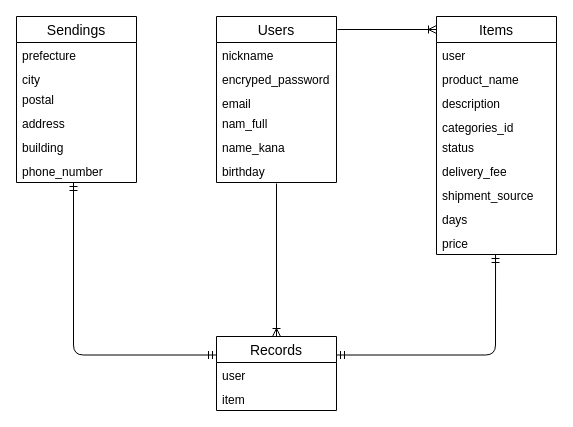
The draw.io diagram er.dio in huize-fumi/furima-35017, before the edit. Source tidied: cells renumbered, new cells numbered last; positions are measured from the earlier drawing's top-left corner, leaving out a move shared by most shapes. Both pictures are drawn from the tidied source at 100%, with x=0, y=0 at pixel (16, 16).
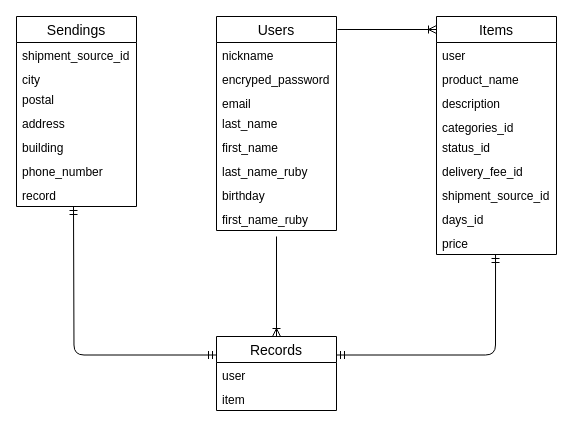
Above is the later version.

Commit message (it also covers changes not shown here):
データベース設計修正２

The change refers to these unchanged cells:
```xml
<mxCell id="9" value="Items" style="swimlane;fontStyle=0;horizontal=1;startSize=26;align=center;fontSize=14;" parent="1" vertex="1">
  <mxGeometry x="420" width="120" height="238" as="geometry" />
</mxCell>
<mxCell id="19" value="Records" style="swimlane;fontStyle=0;horizontal=1;startSize=26;align=center;fontSize=14;" parent="1" vertex="1">
  <mxGeometry x="200" y="320" width="120" height="74" as="geometry" />
</mxCell>
<mxCell id="28" value="phone_number" style="text;strokeColor=none;fillColor=none;spacingLeft=4;spacingRight=4;overflow=hidden;points=[[0,0.5],[1,0.5]];portConstraint=eastwest;fontSize=12;" parent="22" vertex="1">
  <mxGeometry y="142" width="120" height="24" as="geometry" />
</mxCell>
```

The edit, as a diff of the source:
```diff
@@
     <mxCell id="2" value="Users" style="swimlane;fontStyle=0;horizontal=1;startSize=26;align=center;fontSize=14;" parent="1" vertex="1">
-      <mxGeometry x="200" width="120" height="166" as="geometry" />
+      <mxGeometry x="200" width="120" height="214" as="geometry" />
     </mxCell>
@@
-    <mxCell id="6" value="nam_full" style="text;strokeColor=none;fillColor=none;spacingLeft=4;spacingRight=4;overflow=hidden;fontSize=12;" parent="2" vertex="1">
+    <mxCell id="6" value="last_name" style="text;strokeColor=none;fillColor=none;spacingLeft=4;spacingRight=4;overflow=hidden;fontSize=12;" parent="2" vertex="1">
       <mxGeometry y="94" width="120" height="24" as="geometry" />
     </mxCell>
+    <mxCell id="33" value="first_name" style="text;strokeColor=none;fillColor=none;spacingLeft=4;spacingRight=4;overflow=hidden;fontSize=12;" parent="2" vertex="1">
+      <mxGeometry y="118" width="120" height="24" as="geometry" />
+    </mxCell>
-    <mxCell id="7" value="name_kana" style="text;strokeColor=none;fillColor=none;spacingLeft=4;spacingRight=4;overflow=hidden;fontSize=12;" parent="2" vertex="1">
-      <mxGeometry y="118" width="120" height="24" as="geometry" />
+    <mxCell id="7" value="last_name_ruby" style="text;strokeColor=none;fillColor=none;spacingLeft=4;spacingRight=4;overflow=hidden;fontSize=12;" parent="2" vertex="1">
+      <mxGeometry y="142" width="120" height="24" as="geometry" />
     </mxCell>
     <mxCell id="8" value="birthday" style="text;strokeColor=none;fillColor=none;spacingLeft=4;spacingRight=4;overflow=hidden;points=[[0,0.5],[1,0.5]];portConstraint=eastwest;fontSize=12;" parent="2" vertex="1">
-      <mxGeometry y="142" width="120" height="24" as="geometry" />
+      <mxGeometry y="166" width="120" height="24" as="geometry" />
     </mxCell>
+    <mxCell id="34" value="first_name_ruby" style="text;strokeColor=none;fillColor=none;spacingLeft=4;spacingRight=4;overflow=hidden;fontSize=12;" parent="2" vertex="1">
+      <mxGeometry y="190" width="120" height="24" as="geometry" />
+    </mxCell>
@@
-    <mxCell id="14" value="status" style="text;strokeColor=none;fillColor=none;spacingLeft=4;spacingRight=4;overflow=hidden;fontSize=12;" parent="9" vertex="1">
+    <mxCell id="14" value="status_id" style="text;strokeColor=none;fillColor=none;spacingLeft=4;spacingRight=4;overflow=hidden;fontSize=12;" parent="9" vertex="1">
       <mxGeometry y="118" width="120" height="24" as="geometry" />
     </mxCell>
-    <mxCell id="15" value="delivery_fee" style="text;strokeColor=none;fillColor=none;spacingLeft=4;spacingRight=4;overflow=hidden;fontSize=12;" parent="9" vertex="1">
+    <mxCell id="15" value="delivery_fee_id" style="text;strokeColor=none;fillColor=none;spacingLeft=4;spacingRight=4;overflow=hidden;fontSize=12;" parent="9" vertex="1">
       <mxGeometry y="142" width="120" height="24" as="geometry" />
     </mxCell>
-    <mxCell id="16" value="shipment_source" style="text;strokeColor=none;fillColor=none;spacingLeft=4;spacingRight=4;overflow=hidden;fontSize=12;" parent="9" vertex="1">
+    <mxCell id="16" value="shipment_source_id" style="text;strokeColor=none;fillColor=none;spacingLeft=4;spacingRight=4;overflow=hidden;fontSize=12;" parent="9" vertex="1">
       <mxGeometry y="166" width="120" height="24" as="geometry" />
     </mxCell>
-    <mxCell id="17" value="days" style="text;strokeColor=none;fillColor=none;spacingLeft=4;spacingRight=4;overflow=hidden;fontSize=12;" parent="9" vertex="1">
+    <mxCell id="17" value="days_id" style="text;strokeColor=none;fillColor=none;spacingLeft=4;spacingRight=4;overflow=hidden;fontSize=12;" parent="9" vertex="1">
       <mxGeometry y="190" width="120" height="24" as="geometry" />
     </mxCell>
@@
     <mxCell id="22" value="Sendings" style="swimlane;fontStyle=0;horizontal=1;startSize=26;align=center;fontSize=14;" parent="1" vertex="1">
-      <mxGeometry width="120" height="166" as="geometry" />
+      <mxGeometry width="120" height="190" as="geometry" />
     </mxCell>
-    <mxCell id="23" value="prefecture" style="text;strokeColor=none;fillColor=none;spacingLeft=4;spacingRight=4;overflow=hidden;fontSize=12;" parent="22" vertex="1">
+    <mxCell id="23" value="shipment_source_id" style="text;strokeColor=none;fillColor=none;spacingLeft=4;spacingRight=4;overflow=hidden;fontSize=12;" parent="22" vertex="1">
       <mxGeometry y="26" width="120" height="24" as="geometry" />
     </mxCell>
@@
+    <mxCell id="35" value="record" style="text;strokeColor=none;fillColor=none;spacingLeft=4;spacingRight=4;overflow=hidden;fontSize=12;" parent="22" vertex="1">
+      <mxGeometry y="166" width="120" height="24" as="geometry" />
+    </mxCell>
-    <mxCell id="29" style="fontSize=12;html=1;endArrow=ERoneToMany;entryX=0.5;entryY=0;entryDx=0;entryDy=0;exitX=0.5;exitY=1.042;exitDx=0;exitDy=0;exitPerimeter=0;" parent="1" edge="1" source="8" target="19">
-      <mxGeometry relative="1" as="geometry" />
+    <mxCell id="29" style="fontSize=12;html=1;endArrow=ERoneToMany;entryX=0.5;entryY=0;entryDx=0;entryDy=0;" parent="1" edge="1" target="19">
+      <mxGeometry relative="1" as="geometry">
+        <mxPoint x="260" y="220" as="sourcePoint" />
+      </mxGeometry>
     </mxCell>
@@
-    <mxCell id="31" style="edgeStyle=orthogonalEdgeStyle;fontSize=12;html=1;endArrow=ERmandOne;startArrow=ERmandOne;entryX=0.475;entryY=1;entryDx=0;entryDy=0;entryPerimeter=0;exitX=0;exitY=0.25;exitDx=0;exitDy=0;" parent="1" edge="1" source="19" target="28">
-      <mxGeometry relative="1" as="geometry" />
+    <mxCell id="31" style="edgeStyle=orthogonalEdgeStyle;fontSize=12;html=1;endArrow=ERmandOne;startArrow=ERmandOne;exitX=0;exitY=0.25;exitDx=0;exitDy=0;" parent="1" edge="1" source="19">
+      <mxGeometry relative="1" as="geometry">
+        <mxPoint x="57" y="190" as="targetPoint" />
+      </mxGeometry>
     </mxCell>
```
